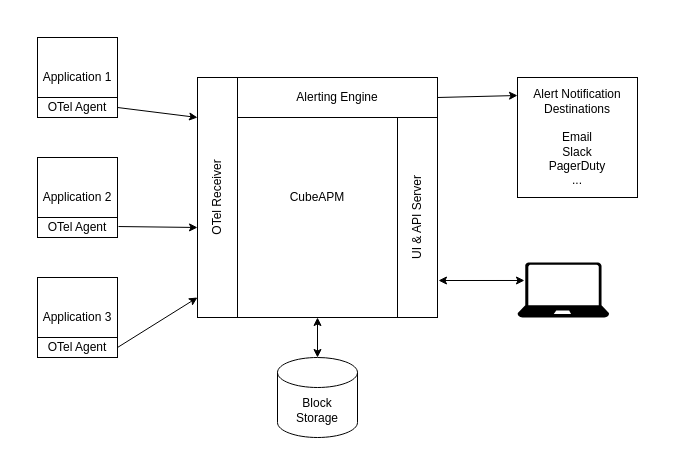
Before: src/img/architecture.drawio in cubeapm/docs, a draw.io diagram. Source tidied: cells renumbered, new cells numbered last; positions are measured from the earlier drawing's top-left corner, leaving out a move shared by most shapes. Both pictures are drawn from the tidied source at 100%, with x=0, y=0 at pixel (17, 17).
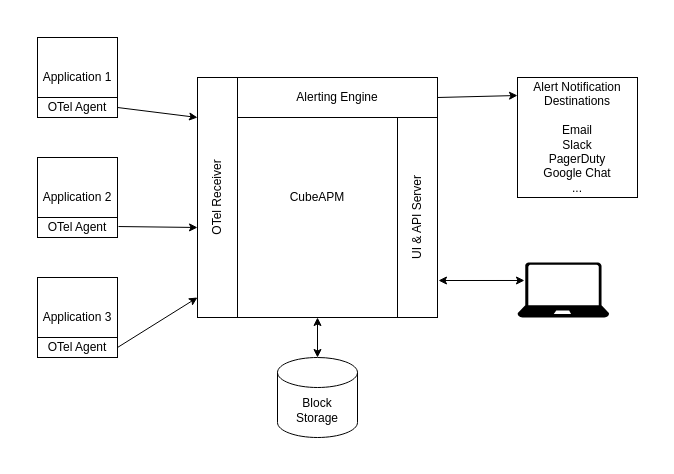
Above is the later version.

Commit message (it also covers changes not shown here):
added Google Chat in the list of notif channels

The edit, as a diff of the source:
```diff
@@
-    <mxCell id="18" value="Alert Notification Destinations&lt;br&gt;&lt;br&gt;Email&lt;br&gt;Slack&lt;br&gt;PagerDuty&lt;br&gt;..." style="rounded=0;whiteSpace=wrap;html=1;" parent="1" vertex="1">
+    <mxCell id="18" value="Alert Notification Destinations&lt;br&gt;&lt;br&gt;Email&lt;br&gt;Slack&lt;br&gt;PagerDuty&lt;br&gt;Google Chat&lt;br&gt;..." style="rounded=0;whiteSpace=wrap;html=1;" parent="1" vertex="1">
       <mxGeometry x="500" y="60" width="120" height="120" as="geometry" />
     </mxCell>
```
